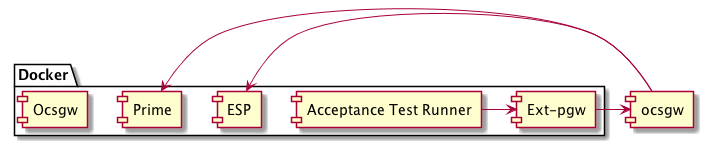
The PlantUML diagram docs/test-deployment/deployment.png in ostelco/ostelco-core, before a commit.
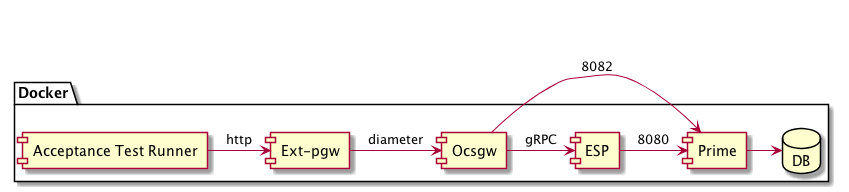
Above is the later version.

Commit message:
Nice diagram, almost done

The edit, as a diff of the source:
```diff
@@ -5,10 +5,14 @@
  [Ocsgw]
  [ESP]
  [Prime]
+ database DB
 }
 
-[Acceptance Test Runner] -> [Ext-pgw]
-[Ext-pgw] -> [ocsgw]
-[ocsgw] -> [ESP]
-[ocsgw] -> [Prime]
+[Acceptance Test Runner] -> [Ext-pgw] : http
+[Ext-pgw] -> [Ocsgw] : diameter
+[Ocsgw] -> [ESP] : gRPC
+[Ocsgw] -> [Prime] : 8082
+[ESP] -> [Prime] : 8080
+[Prime] ->  DB
+
 @enduml
```
